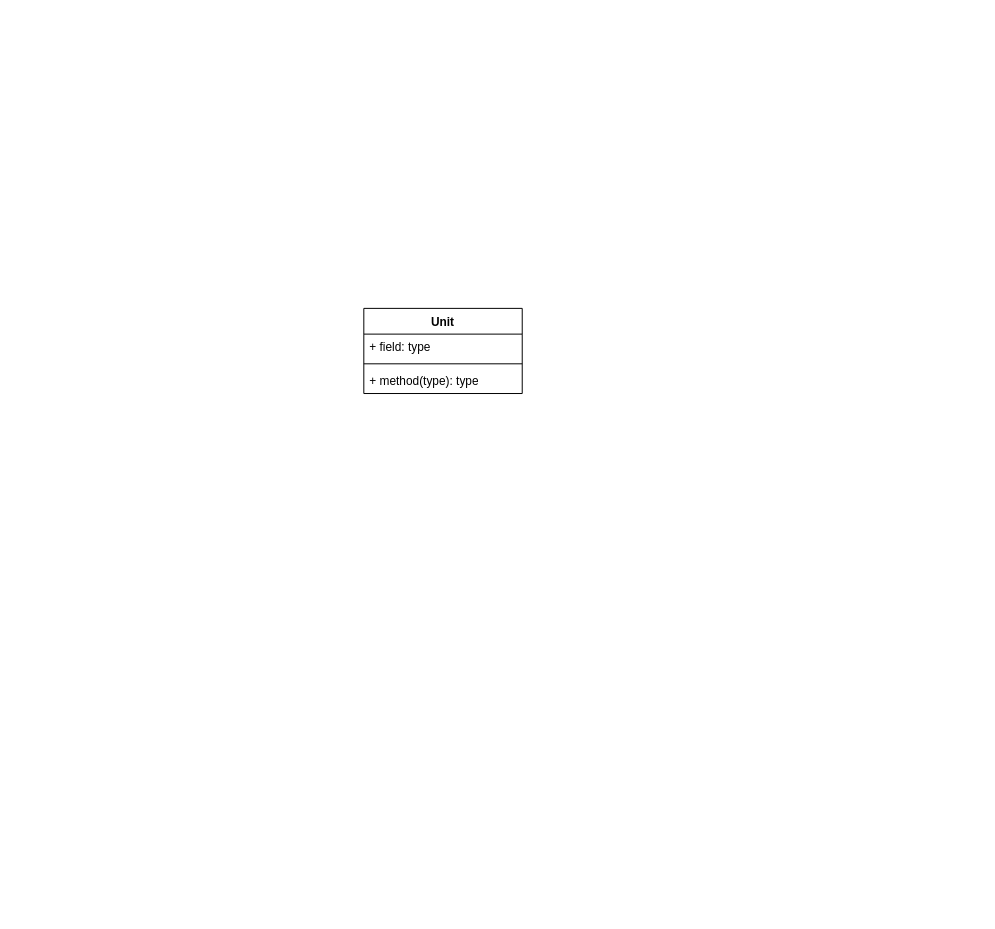
Earlier version of the draw.io diagram Диаграмма без названия.drawio (molchanov71/MEPhIflowcharts). Source tidied: cells renumbered, new cells numbered last; positions are measured from the earlier drawing's top-left corner, leaving out a move shared by most shapes. Both pictures are drawn from the tidied source at 99%, with x=0, y=0 at pixel (363, 308).
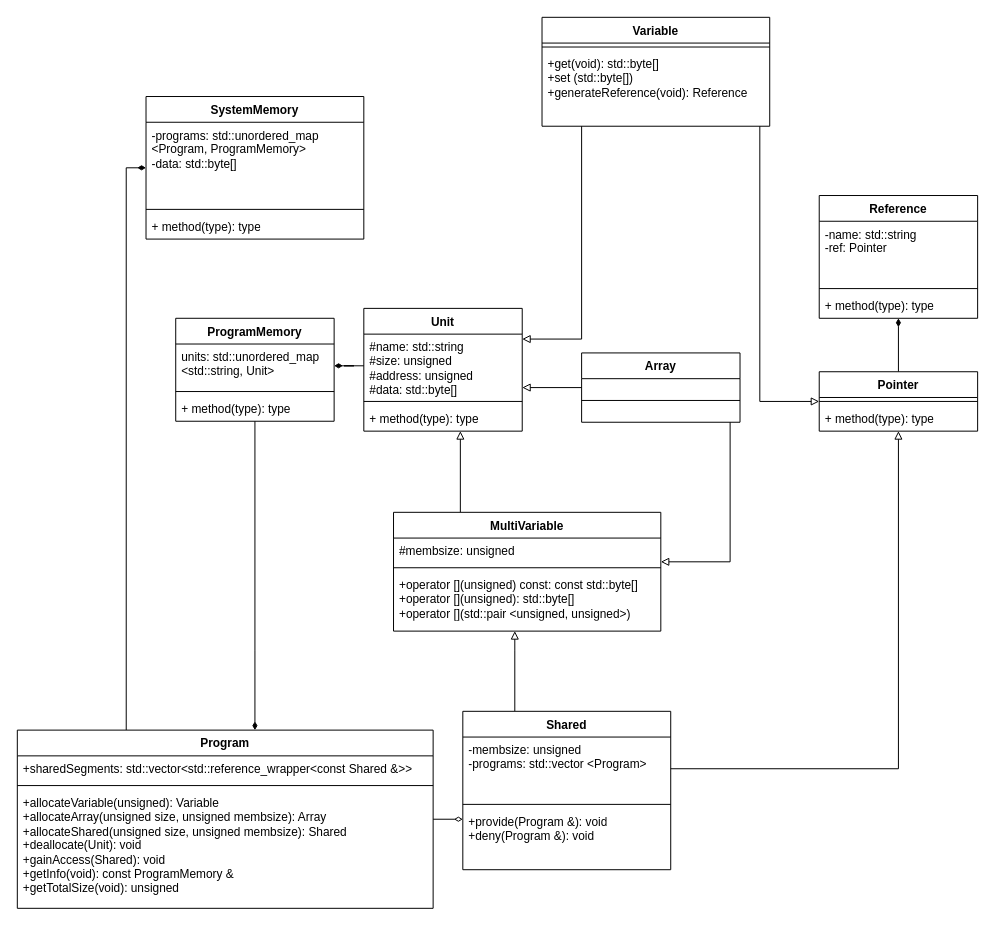
The same diagram, later.

Diff of the diagram source:
```diff
@@
     <mxCell id="2" value="Unit" style="swimlane;fontStyle=1;align=center;verticalAlign=top;horizontal=1;startSize=26;whiteSpace=wrap;html=1;" parent="1" vertex="1">
-      <mxGeometry width="160" height="86" as="geometry" />
+      <mxGeometry width="160" height="124" as="geometry" />
     </mxCell>
-    <mxCell id="3" value="+ field: type" style="text;strokeColor=none;fillColor=none;align=left;verticalAlign=top;spacingLeft=4;spacingRight=4;overflow=hidden;points=[[0,0.5],[1,0.5]];portConstraint=eastwest;whiteSpace=wrap;html=1;" parent="2" vertex="1">
-      <mxGeometry y="26" width="160" height="26" as="geometry" />
+    <mxCell id="3" value="#name: std::string&lt;br&gt;#size: unsigned&lt;br&gt;#address: unsigned&lt;br&gt;#data: std::byte[]" style="text;strokeColor=none;fillColor=none;align=left;verticalAlign=top;spacingLeft=4;spacingRight=4;overflow=hidden;points=[[0,0.5],[1,0.5]];portConstraint=eastwest;whiteSpace=wrap;html=1;" parent="2" vertex="1">
+      <mxGeometry y="26" width="160" height="64" as="geometry" />
     </mxCell>
     <mxCell id="4" style="line;strokeWidth=1;fillColor=none;align=left;verticalAlign=middle;spacingTop=-1;spacingLeft=3;spacingRight=3;labelPosition=right;strokeColor=inherit;" parent="2" vertex="1">
-      <mxGeometry y="52" width="160" height="8" as="geometry" />
+      <mxGeometry y="90" width="160" height="8" as="geometry" />
     </mxCell>
     <mxCell id="5" value="+ method(type): type" style="text;strokeColor=none;fillColor=none;align=left;verticalAlign=top;spacingLeft=4;spacingRight=4;overflow=hidden;whiteSpace=wrap;html=1;" parent="2" vertex="1">
-      <mxGeometry y="60" width="160" height="26" as="geometry" />
+      <mxGeometry y="98" width="160" height="26" as="geometry" />
     </mxCell>
+    <mxCell id="6" style="edgeStyle=orthogonalEdgeStyle;rounded=0;jettySize=auto;html=1;entryX=1;entryY=0.25;entryDx=0;entryDy=0;endArrow=block;endFill=0;" parent="1" edge="1" source="8" target="2">
+      <mxGeometry relative="1" as="geometry">
+        <Array as="points">
+          <mxPoint x="220" y="31" />
+        </Array>
+      </mxGeometry>
+    </mxCell>
+    <mxCell id="7" style="edgeStyle=orthogonalEdgeStyle;rounded=0;jettySize=auto;html=1;endArrow=block;endFill=0;" parent="1" edge="1" source="8" target="24">
+      <mxGeometry relative="1" as="geometry">
+        <Array as="points">
+          <mxPoint x="400" y="94" />
+        </Array>
+      </mxGeometry>
+    </mxCell>
+    <mxCell id="8" value="Variable" style="swimlane;fontStyle=1;align=center;verticalAlign=top;horizontal=1;startSize=26;whiteSpace=wrap;html=1;" parent="1" vertex="1">
+      <mxGeometry x="180" y="-294" width="230" height="110" as="geometry" />
+    </mxCell>
+    <mxCell id="9" style="line;strokeWidth=1;fillColor=none;align=left;verticalAlign=middle;spacingTop=-1;spacingLeft=3;spacingRight=3;labelPosition=right;strokeColor=inherit;" parent="8" vertex="1">
+      <mxGeometry y="26" width="230" height="8" as="geometry" />
+    </mxCell>
+    <mxCell id="10" value="+get(void): std::byte[]&lt;br&gt;+set (std::byte[])&lt;br&gt;+generateReference(void): Reference" style="text;strokeColor=none;fillColor=none;align=left;verticalAlign=top;spacingLeft=4;spacingRight=4;overflow=hidden;whiteSpace=wrap;html=1;" parent="8" vertex="1">
+      <mxGeometry y="34" width="230" height="76" as="geometry" />
+    </mxCell>
+    <mxCell id="11" value="Array" style="swimlane;fontStyle=1;align=center;verticalAlign=top;horizontal=1;startSize=26;whiteSpace=wrap;html=1;" parent="1" vertex="1">
+      <mxGeometry x="220" y="45" width="160" height="70" as="geometry" />
+    </mxCell>
+    <mxCell id="12" style="line;strokeWidth=1;fillColor=none;align=left;verticalAlign=middle;spacingTop=-1;spacingLeft=3;spacingRight=3;labelPosition=right;strokeColor=inherit;" parent="11" vertex="1">
+      <mxGeometry y="26" width="160" height="44" as="geometry" />
+    </mxCell>
+    <mxCell id="13" style="edgeStyle=orthogonalEdgeStyle;rounded=0;jettySize=auto;html=1;exitX=0.25;exitY=0;exitDx=0;exitDy=0;endArrow=block;endFill=0;" parent="1" edge="1" source="14" target="46">
+      <mxGeometry relative="1" as="geometry">
+        <Array as="points">
+          <mxPoint x="153" y="346" />
+          <mxPoint x="153" y="346" />
+        </Array>
+      </mxGeometry>
+    </mxCell>
+    <mxCell id="14" value="Shared" style="swimlane;fontStyle=1;align=center;verticalAlign=top;horizontal=1;startSize=26;whiteSpace=wrap;html=1;" parent="1" vertex="1">
+      <mxGeometry x="100" y="407" width="210" height="160" as="geometry" />
+    </mxCell>
+    <mxCell id="15" value="-membsize: unsigned&lt;div&gt;-programs: std::vector &amp;lt;Program&amp;gt;&lt;/div&gt;" style="text;strokeColor=none;fillColor=none;align=left;verticalAlign=top;spacingLeft=4;spacingRight=4;overflow=hidden;points=[[0,0.5],[1,0.5]];portConstraint=eastwest;whiteSpace=wrap;html=1;" parent="14" vertex="1">
+      <mxGeometry y="26" width="210" height="64" as="geometry" />
+    </mxCell>
+    <mxCell id="16" style="line;strokeWidth=1;fillColor=none;align=left;verticalAlign=middle;spacingTop=-1;spacingLeft=3;spacingRight=3;labelPosition=right;strokeColor=inherit;" parent="14" vertex="1">
+      <mxGeometry y="90" width="210" height="8" as="geometry" />
+    </mxCell>
+    <mxCell id="17" value="+provide(Program &amp;amp;): void&lt;br&gt;+deny(Program &amp;amp;): void" style="text;strokeColor=none;fillColor=none;align=left;verticalAlign=top;spacingLeft=4;spacingRight=4;overflow=hidden;whiteSpace=wrap;html=1;" parent="14" vertex="1">
+      <mxGeometry y="98" width="210" height="62" as="geometry" />
+    </mxCell>
+    <mxCell id="18" style="edgeStyle=orthogonalEdgeStyle;rounded=0;jettySize=auto;html=1;endArrow=block;endFill=0;" parent="1" edge="1" source="11" target="2">
+      <mxGeometry relative="1" as="geometry">
+        <Array as="points">
+          <mxPoint x="220" y="62" />
+          <mxPoint x="220" y="62" />
+        </Array>
+      </mxGeometry>
+    </mxCell>
+    <mxCell id="19" value="Reference" style="swimlane;fontStyle=1;align=center;verticalAlign=top;horizontal=1;startSize=26;whiteSpace=wrap;html=1;" parent="1" vertex="1">
+      <mxGeometry x="460" y="-114" width="160" height="124" as="geometry" />
+    </mxCell>
+    <mxCell id="20" value="-name: std::string&lt;div&gt;-ref: Pointer&lt;/div&gt;" style="text;strokeColor=none;fillColor=none;align=left;verticalAlign=top;spacingLeft=4;spacingRight=4;overflow=hidden;whiteSpace=wrap;html=1;" parent="19" vertex="1">
+      <mxGeometry y="26" width="160" height="64" as="geometry" />
+    </mxCell>
+    <mxCell id="21" style="line;strokeWidth=1;fillColor=none;align=left;verticalAlign=middle;spacingTop=-1;spacingLeft=3;spacingRight=3;labelPosition=right;strokeColor=inherit;" parent="19" vertex="1">
+      <mxGeometry y="90" width="160" height="8" as="geometry" />
+    </mxCell>
+    <mxCell id="22" value="+ method(type): type" style="text;strokeColor=none;fillColor=none;align=left;verticalAlign=top;spacingLeft=4;spacingRight=4;overflow=hidden;whiteSpace=wrap;html=1;" parent="19" vertex="1">
+      <mxGeometry y="98" width="160" height="26" as="geometry" />
+    </mxCell>
+    <mxCell id="23" style="edgeStyle=orthogonalEdgeStyle;rounded=0;jettySize=auto;html=1;endArrow=diamondThin;endFill=1;" parent="1" edge="1" source="24" target="19">
+      <mxGeometry relative="1" as="geometry" />
+    </mxCell>
+    <mxCell id="24" value="Pointer" style="swimlane;fontStyle=1;align=center;verticalAlign=top;horizontal=1;startSize=26;whiteSpace=wrap;html=1;" parent="1" vertex="1">
+      <mxGeometry x="460" y="64" width="160" height="60" as="geometry" />
+    </mxCell>
+    <mxCell id="25" style="line;strokeWidth=1;fillColor=none;align=left;verticalAlign=middle;spacingTop=-1;spacingLeft=3;spacingRight=3;labelPosition=right;strokeColor=inherit;" parent="24" vertex="1">
+      <mxGeometry y="26" width="160" height="8" as="geometry" />
+    </mxCell>
+    <mxCell id="26" value="+ method(type): type" style="text;strokeColor=none;fillColor=none;align=left;verticalAlign=top;spacingLeft=4;spacingRight=4;overflow=hidden;whiteSpace=wrap;html=1;" parent="24" vertex="1">
+      <mxGeometry y="34" width="160" height="26" as="geometry" />
+    </mxCell>
+    <mxCell id="27" style="edgeStyle=orthogonalEdgeStyle;rounded=0;jettySize=auto;html=1;exitX=1;exitY=0.5;exitDx=0;exitDy=0;endArrow=block;endFill=0;" parent="1" edge="1" source="15" target="24">
+      <mxGeometry relative="1" as="geometry" />
+    </mxCell>
+    <mxCell id="28" value="ProgramMemory" style="swimlane;fontStyle=1;align=center;verticalAlign=top;horizontal=1;startSize=26;whiteSpace=wrap;html=1;" parent="1" vertex="1">
+      <mxGeometry x="-190" y="10" width="160" height="104" as="geometry" />
+    </mxCell>
+    <mxCell id="29" value="units: std::unordered_map &amp;lt;std::string, Unit&amp;gt;" style="text;strokeColor=none;fillColor=none;align=left;verticalAlign=top;spacingLeft=4;spacingRight=4;overflow=hidden;points=[[0,0.5],[1,0.5]];portConstraint=eastwest;whiteSpace=wrap;html=1;" parent="28" vertex="1">
+      <mxGeometry y="26" width="160" height="44" as="geometry" />
+    </mxCell>
+    <mxCell id="30" style="line;strokeWidth=1;fillColor=none;align=left;verticalAlign=middle;spacingTop=-1;spacingLeft=3;spacingRight=3;labelPosition=right;strokeColor=inherit;" parent="28" vertex="1">
+      <mxGeometry y="70" width="160" height="8" as="geometry" />
+    </mxCell>
+    <mxCell id="31" value="+ method(type): type" style="text;strokeColor=none;fillColor=none;align=left;verticalAlign=top;spacingLeft=4;spacingRight=4;overflow=hidden;whiteSpace=wrap;html=1;" parent="28" vertex="1">
+      <mxGeometry y="78" width="160" height="26" as="geometry" />
+    </mxCell>
+    <mxCell id="32" style="edgeStyle=orthogonalEdgeStyle;rounded=0;jettySize=auto;html=1;endArrow=diamondThin;endFill=1;entryX=1;entryY=0.5;entryDx=0;entryDy=0;" parent="1" edge="1" source="3" target="29">
+      <mxGeometry relative="1" as="geometry" />
+    </mxCell>
+    <mxCell id="33" value="SystemMemory" style="swimlane;fontStyle=1;align=center;verticalAlign=top;horizontal=1;startSize=26;whiteSpace=wrap;html=1;" parent="1" vertex="1">
+      <mxGeometry x="-220" y="-214" width="220" height="144" as="geometry" />
+    </mxCell>
+    <mxCell id="34" value="-programs: std::unordered_map &amp;lt;Program, ProgramMemory&amp;gt;&lt;br&gt;-data: std::byte[]" style="text;strokeColor=none;fillColor=none;align=left;verticalAlign=top;spacingLeft=4;spacingRight=4;overflow=hidden;whiteSpace=wrap;html=1;" parent="33" vertex="1">
+      <mxGeometry y="26" width="220" height="84" as="geometry" />
+    </mxCell>
+    <mxCell id="35" style="line;strokeWidth=1;fillColor=none;align=left;verticalAlign=middle;spacingTop=-1;spacingLeft=3;spacingRight=3;labelPosition=right;strokeColor=inherit;" parent="33" vertex="1">
+      <mxGeometry y="110" width="220" height="8" as="geometry" />
+    </mxCell>
+    <mxCell id="36" value="+ method(type): type" style="text;strokeColor=none;fillColor=none;align=left;verticalAlign=top;spacingLeft=4;spacingRight=4;overflow=hidden;whiteSpace=wrap;html=1;" parent="33" vertex="1">
+      <mxGeometry y="118" width="220" height="26" as="geometry" />
+    </mxCell>
+    <mxCell id="37" style="edgeStyle=orthogonalEdgeStyle;rounded=0;jettySize=auto;html=1;endArrow=diamondThin;endFill=1;" parent="1" edge="1" source="28" target="40">
+      <mxGeometry relative="1" as="geometry">
+        <Array as="points">
+          <mxPoint x="-110" y="346" />
+          <mxPoint x="-110" y="346" />
+        </Array>
+      </mxGeometry>
+    </mxCell>
+    <mxCell id="38" style="edgeStyle=orthogonalEdgeStyle;rounded=0;jettySize=auto;html=1;endArrow=diamondThin;endFill=1;" parent="1" edge="1" source="40" target="33">
+      <mxGeometry relative="1" as="geometry">
+        <Array as="points">
+          <mxPoint x="-240" y="446" />
+          <mxPoint x="-240" y="-142" />
+        </Array>
+      </mxGeometry>
+    </mxCell>
+    <mxCell id="39" style="edgeStyle=orthogonalEdgeStyle;rounded=0;jettySize=auto;html=1;endArrow=diamondThin;endFill=0;" parent="1" edge="1" source="40" target="14">
+      <mxGeometry relative="1" as="geometry">
+        <Array as="points">
+          <mxPoint x="60" y="487" />
+          <mxPoint x="60" y="487" />
+        </Array>
+      </mxGeometry>
+    </mxCell>
+    <mxCell id="40" value="Program" style="swimlane;fontStyle=1;align=center;verticalAlign=top;horizontal=1;startSize=26;whiteSpace=wrap;html=1;" parent="1" vertex="1">
+      <mxGeometry x="-350" y="426" width="420" height="180" as="geometry" />
+    </mxCell>
+    <mxCell id="41" value="+sharedSegments: std::vector&amp;lt;std::reference_wrapper&amp;lt;const Shared &amp;amp;&amp;gt;&amp;gt;" style="text;strokeColor=none;fillColor=none;align=left;verticalAlign=top;spacingLeft=4;spacingRight=4;overflow=hidden;whiteSpace=wrap;html=1;" parent="40" vertex="1">
+      <mxGeometry y="26" width="420" height="26" as="geometry" />
+    </mxCell>
+    <mxCell id="42" style="line;strokeWidth=1;fillColor=none;align=left;verticalAlign=middle;spacingTop=-1;spacingLeft=3;spacingRight=3;labelPosition=right;strokeColor=inherit;" parent="40" vertex="1">
+      <mxGeometry y="52" width="420" height="8" as="geometry" />
+    </mxCell>
+    <mxCell id="43" value="+allocateVariable(unsigned): Variable&lt;br&gt;+allocateArray(unsigned size, unsigned membsize): Array&lt;br&gt;+allocateShared(unsigned size, unsigned membsize): Shared&lt;br&gt;+deallocate(Unit): void&lt;br&gt;+gainAccess(Shared): void&lt;br&gt;+getInfo(void): const ProgramMemory &amp;amp;&lt;br&gt;+getTotalSize(void): unsigned" style="text;strokeColor=none;fillColor=none;align=left;verticalAlign=top;spacingLeft=4;spacingRight=4;overflow=hidden;whiteSpace=wrap;html=1;" parent="40" vertex="1">
+      <mxGeometry y="60" width="420" height="120" as="geometry" />
+    </mxCell>
+    <mxCell id="44" style="edgeStyle=orthogonalEdgeStyle;rounded=0;jettySize=auto;html=1;endArrow=block;endFill=0;" parent="1" edge="1" source="11" target="46">
+      <mxGeometry relative="1" as="geometry">
+        <Array as="points">
+          <mxPoint x="370" y="256" />
+        </Array>
+      </mxGeometry>
+    </mxCell>
+    <mxCell id="45" style="edgeStyle=orthogonalEdgeStyle;rounded=0;jettySize=auto;html=1;exitX=0.25;exitY=0;exitDx=0;exitDy=0;endArrow=block;endFill=0;" parent="1" edge="1" source="46" target="2">
+      <mxGeometry relative="1" as="geometry">
+        <Array as="points">
+          <mxPoint x="98" y="136" />
+          <mxPoint x="98" y="136" />
+        </Array>
+      </mxGeometry>
+    </mxCell>
+    <mxCell id="46" value="MultiVariable" style="swimlane;fontStyle=1;align=center;verticalAlign=top;horizontal=1;startSize=26;whiteSpace=wrap;html=1;" parent="1" vertex="1">
+      <mxGeometry x="30" y="206" width="270" height="120" as="geometry" />
+    </mxCell>
+    <mxCell id="47" value="#membsize: unsigned" style="text;strokeColor=none;fillColor=none;align=left;verticalAlign=top;spacingLeft=4;spacingRight=4;overflow=hidden;whiteSpace=wrap;html=1;" parent="46" vertex="1">
+      <mxGeometry y="26" width="270" height="26" as="geometry" />
+    </mxCell>
+    <mxCell id="48" style="line;strokeWidth=1;fillColor=none;align=left;verticalAlign=middle;spacingTop=-1;spacingLeft=3;spacingRight=3;labelPosition=right;strokeColor=inherit;" parent="46" vertex="1">
+      <mxGeometry y="52" width="270" height="8" as="geometry" />
+    </mxCell>
+    <mxCell id="49" value="+operator [](unsigned) const: const std::byte[]&lt;br&gt;+operator [](unsigned): std::byte[]&lt;br&gt;&lt;div&gt;+operator [](std::pair &amp;lt;unsigned, unsigned&amp;gt;)&lt;br&gt;&lt;/div&gt;" style="text;strokeColor=none;fillColor=none;align=left;verticalAlign=top;spacingLeft=4;spacingRight=4;overflow=hidden;whiteSpace=wrap;html=1;" parent="46" vertex="1">
+      <mxGeometry y="60" width="270" height="60" as="geometry" />
+    </mxCell>
```
